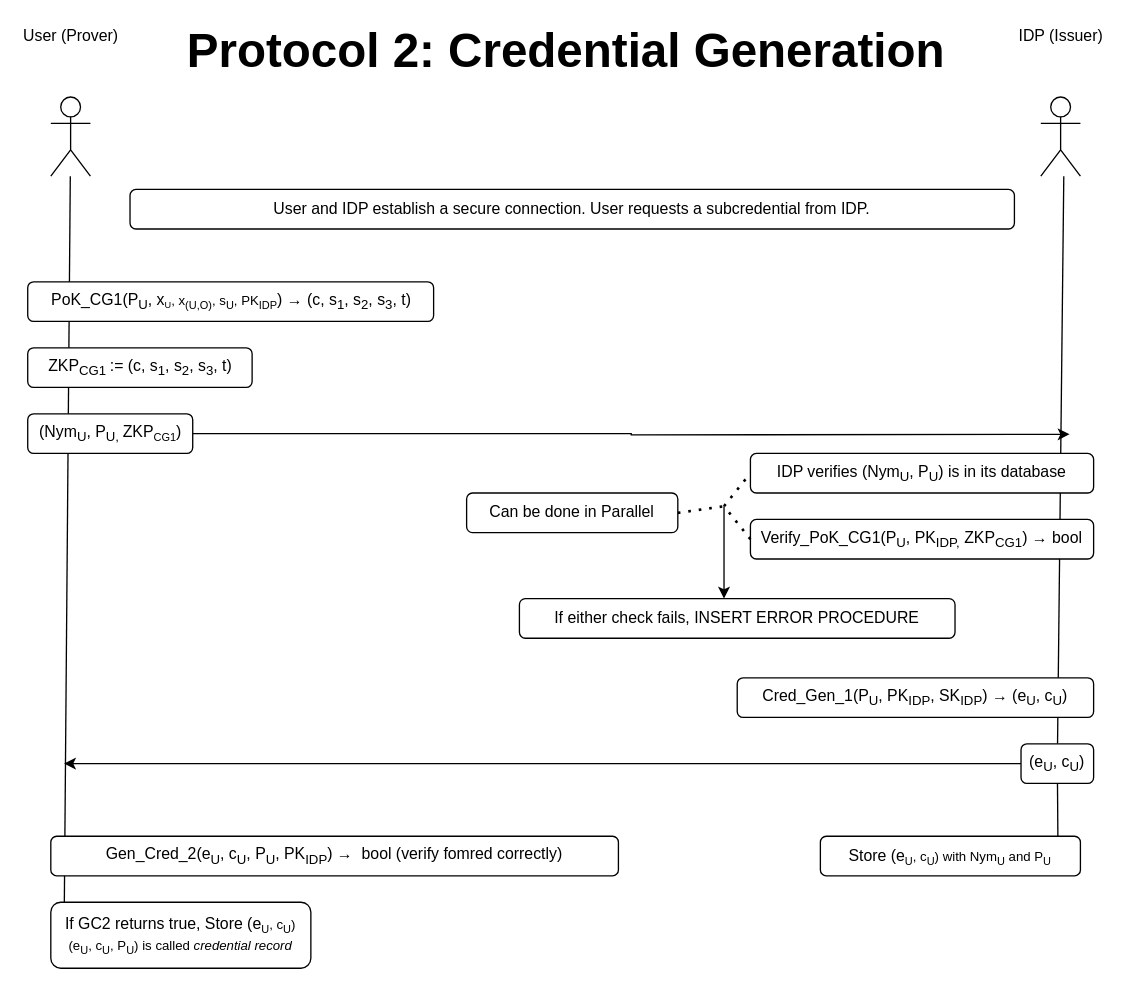
Above: page "Cred Gen" (3 of 6) of doc/Updated Protocols.drawio in JacobGorman613/cl-api (draw.io), before the change. Source tidied: cells renumbered, new cells numbered last; positions are measured from the earlier drawing's top-left corner, leaving out a move shared by most shapes. Both pictures are drawn from the tidied source at 132%, with x=0, y=0 at pixel (26, 30).
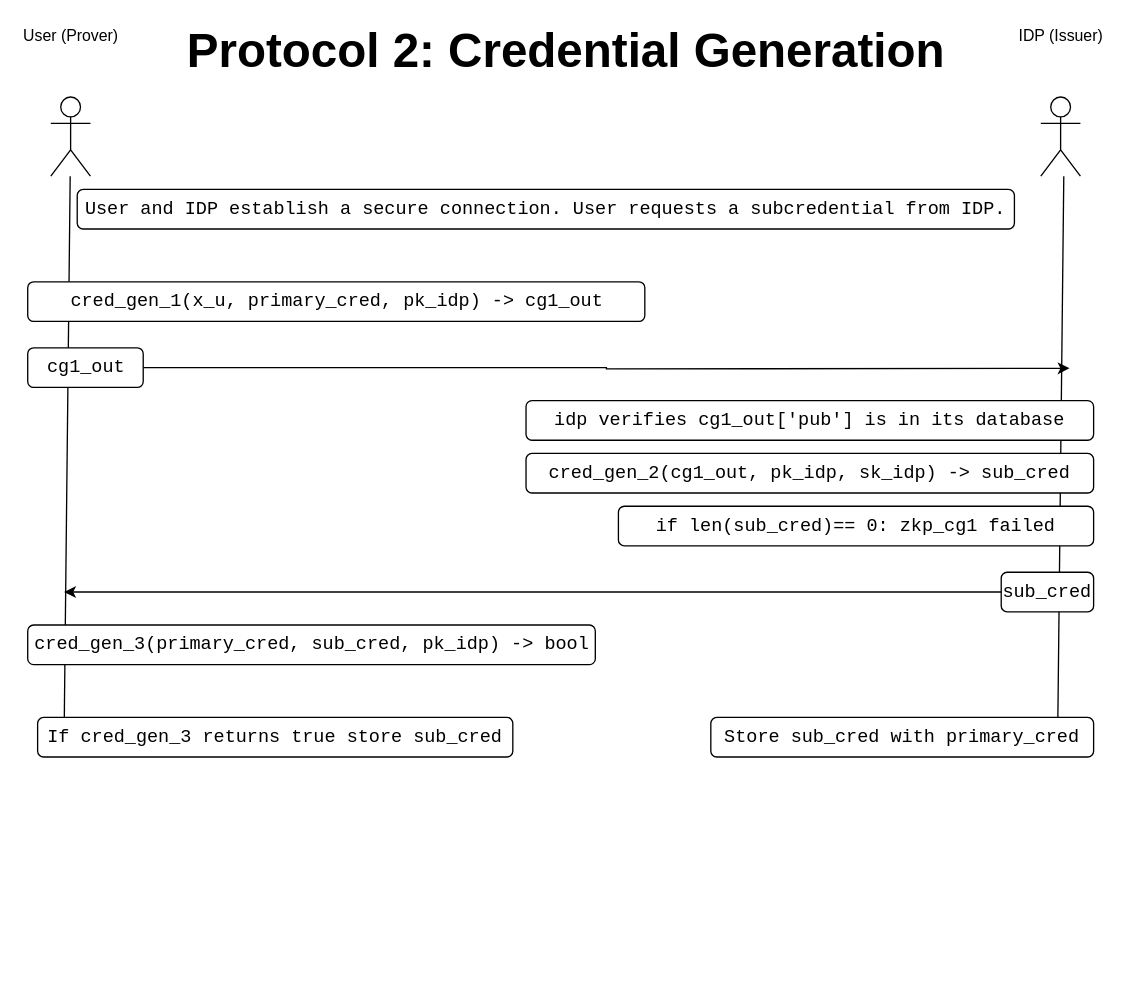
Above is the later version.

Unchanged cells that the change refers to:
```xml
<mxCell id="2" value="User (Prover)" style="shape=umlActor;verticalLabelPosition=top;verticalAlign=top;html=1;outlineConnect=0;" parent="1" vertex="1">
  <mxGeometry x="18" y="50" width="30" height="60" as="geometry" />
</mxCell>
```

Change to the diagram source:
```diff
@@
     <mxCell id="3" style="endArrow=none;html=1;rounded=0;" parent="1" edge="1" target="2">
       <mxGeometry relative="1" as="geometry">
-        <mxPoint x="28" y="690" as="sourcePoint" />
+        <mxPoint x="28" y="540" as="sourcePoint" />
       </mxGeometry>
     </mxCell>
@@
     <mxCell id="6" style="edgeStyle=orthogonalEdgeStyle;rounded=0;jettySize=auto;html=1;exitX=1;exitY=0.5;exitDx=0;exitDy=0;" parent="1" edge="1" source="7">
       <mxGeometry relative="1" as="geometry">
-        <mxPoint x="789.8" y="305.5" as="targetPoint" />
+        <mxPoint x="789.8" y="255.5" as="targetPoint" />
       </mxGeometry>
     </mxCell>
-    <mxCell id="7" value="(Nym&lt;sub&gt;U&lt;/sub&gt;, P&lt;sub&gt;U, &lt;/sub&gt;ZKP&lt;span style=&quot;font-size: 10px;&quot;&gt;&lt;sub&gt;CG1&lt;/sub&gt;&lt;/span&gt;)" style="rounded=1;whiteSpace=wrap;html=1;" parent="1" vertex="1">
-      <mxGeometry x="0.5" y="290" width="125" height="30" as="geometry" />
+    <mxCell id="7" value="&lt;font face=&quot;Courier New&quot; style=&quot;font-size: 14px;&quot;&gt;cg1_out&lt;/font&gt;" style="rounded=1;whiteSpace=wrap;html=1;" parent="1" vertex="1">
+      <mxGeometry x="0.5" y="240" width="87.5" height="30" as="geometry" />
     </mxCell>
-    <mxCell id="8" value="PoK_CG1(P&lt;sub&gt;U&lt;/sub&gt;, x&lt;span style=&quot;font-size: 8.33333px;&quot;&gt;&lt;sub&gt;U&lt;/sub&gt;&lt;/span&gt;&lt;span style=&quot;font-size: 10px;&quot;&gt;, x&lt;sub&gt;(U,O)&lt;/sub&gt;, s&lt;sub&gt;U&lt;/sub&gt;, PK&lt;sub&gt;IDP&lt;/sub&gt;&lt;/span&gt;)&amp;nbsp;→&amp;nbsp;(c, s&lt;sub&gt;1&lt;/sub&gt;, s&lt;sub&gt;2&lt;/sub&gt;, s&lt;sub&gt;3&lt;/sub&gt;, t)" style="rounded=1;whiteSpace=wrap;html=1;" parent="1" vertex="1">
-      <mxGeometry x="0.5" y="190" width="307.5" height="30" as="geometry" />
+    <mxCell id="8" value="&lt;font face=&quot;Courier New&quot; style=&quot;font-size: 14px;&quot;&gt;cred_gen_1(x_u, primary_cred, pk_idp) -&amp;gt; cg1_out&lt;/font&gt;" style="rounded=1;whiteSpace=wrap;html=1;" parent="1" vertex="1">
+      <mxGeometry x="0.5" y="190" width="467.5" height="30" as="geometry" />
     </mxCell>
-    <mxCell id="9" style="endArrow=none;html=1;rounded=0;startArrow=none;" parent="1" edge="1" source="22">
+    <mxCell id="9" style="endArrow=none;html=1;rounded=0;startArrow=none;" parent="1" edge="1">
       <mxGeometry relative="1" as="geometry">
+        <mxPoint x="780.7" y="540" as="sourcePoint" />
         <mxPoint x="785.4" y="110" as="targetPoint" />
       </mxGeometry>
     </mxCell>
-    <mxCell id="10" value="User and IDP establish a secure connection. User requests a subcredential from IDP." style="rounded=1;whiteSpace=wrap;html=1;" parent="1" vertex="1">
-      <mxGeometry x="78" y="120" width="670" height="30" as="geometry" />
+    <mxCell id="10" value="&lt;font style=&quot;font-size: 14px;&quot; face=&quot;Courier New&quot;&gt;User and IDP establish a secure connection. User requests a subcredential from IDP.&lt;/font&gt;" style="rounded=1;whiteSpace=wrap;html=1;" parent="1" vertex="1">
+      <mxGeometry x="38" y="120" width="710" height="30" as="geometry" />
     </mxCell>
-    <mxCell id="11" value="ZKP&lt;sub&gt;CG1&amp;nbsp;&lt;/sub&gt;:= (c, s&lt;sub&gt;1&lt;/sub&gt;, s&lt;sub&gt;2&lt;/sub&gt;, s&lt;sub&gt;3&lt;/sub&gt;, t)" style="rounded=1;whiteSpace=wrap;html=1;" parent="1" vertex="1">
-      <mxGeometry x="0.5" y="240" width="170" height="30" as="geometry" />
-    </mxCell>
-    <mxCell id="12" value="IDP verifies (Nym&lt;sub&gt;U&lt;/sub&gt;, P&lt;sub&gt;U&lt;/sub&gt;) is in its database" style="rounded=1;whiteSpace=wrap;html=1;" parent="1" vertex="1">
-      <mxGeometry x="548" y="320" width="260" height="30" as="geometry" />
+    <mxCell id="12" value="&lt;font style=&quot;font-size: 14px;&quot; face=&quot;Courier New&quot;&gt;idp verifies cg1_out['pub'] is in its database&lt;/font&gt;" style="rounded=1;whiteSpace=wrap;html=1;" parent="1" vertex="1">
+      <mxGeometry x="378" y="280" width="430" height="30" as="geometry" />
     </mxCell>
-    <mxCell id="13" value="Verify_PoK_CG1(P&lt;sub&gt;U&lt;/sub&gt;, PK&lt;sub&gt;IDP,&lt;/sub&gt;&amp;nbsp;ZKP&lt;sub&gt;CG1&lt;/sub&gt;) → bool" style="rounded=1;whiteSpace=wrap;html=1;" parent="1" vertex="1">
-      <mxGeometry x="548" y="370" width="260" height="30" as="geometry" />
-    </mxCell>
-    <mxCell id="14" style="endArrow=none;dashed=1;html=1;dashPattern=1 3;strokeWidth=2;rounded=0;exitX=0;exitY=0.5;exitDx=0;exitDy=0;" parent="1" edge="1" source="13">
-      <mxGeometry relative="1" as="geometry">
-        <mxPoint x="528" y="360" as="targetPoint" />
-      </mxGeometry>
-    </mxCell>
-    <mxCell id="15" style="endArrow=none;dashed=1;html=1;dashPattern=1 3;strokeWidth=2;rounded=0;entryX=0;entryY=0.5;entryDx=0;entryDy=0;" parent="1" edge="1" target="12">
-      <mxGeometry relative="1" as="geometry">
-        <mxPoint x="528" y="360" as="sourcePoint" />
-      </mxGeometry>
-    </mxCell>
-    <mxCell id="16" value="Can be done in Parallel" style="rounded=1;whiteSpace=wrap;html=1;" parent="1" vertex="1">
-      <mxGeometry x="333" y="350" width="160" height="30" as="geometry" />
-    </mxCell>
-    <mxCell id="17" style="endArrow=none;dashed=1;html=1;dashPattern=1 3;strokeWidth=2;rounded=0;exitX=1;exitY=0.5;exitDx=0;exitDy=0;" parent="1" edge="1" source="16">
-      <mxGeometry relative="1" as="geometry">
-        <mxPoint x="528" y="360" as="targetPoint" />
-      </mxGeometry>
-    </mxCell>
-    <mxCell id="18" style="endArrow=classic;html=1;rounded=0;" parent="1" edge="1">
-      <mxGeometry relative="1" as="geometry">
-        <mxPoint x="528" y="360" as="sourcePoint" />
-        <mxPoint x="528" y="430" as="targetPoint" />
-      </mxGeometry>
-    </mxCell>
-    <mxCell id="19" value="If either check fails, INSERT ERROR PROCEDURE" style="rounded=1;whiteSpace=wrap;html=1;" parent="1" vertex="1">
-      <mxGeometry x="373" y="430" width="330" height="30" as="geometry" />
-    </mxCell>
-    <mxCell id="20" value="Cred_Gen_1(P&lt;sub&gt;U&lt;/sub&gt;,&amp;nbsp;PK&lt;sub&gt;IDP&lt;/sub&gt;, SK&lt;sub&gt;IDP&lt;/sub&gt;) → (e&lt;sub&gt;U&lt;/sub&gt;, c&lt;sub&gt;U&lt;/sub&gt;)" style="rounded=1;whiteSpace=wrap;html=1;" parent="1" vertex="1">
-      <mxGeometry x="538" y="490" width="270" height="30" as="geometry" />
-    </mxCell>
-    <mxCell id="21" style="edgeStyle=orthogonalEdgeStyle;rounded=0;jettySize=auto;html=1;exitX=0;exitY=0.5;exitDx=0;exitDy=0;" parent="1" edge="1" source="22">
-      <mxGeometry relative="1" as="geometry">
-        <mxPoint x="28" y="555" as="targetPoint" />
-      </mxGeometry>
-    </mxCell>
-    <mxCell id="22" value="(e&lt;sub&gt;U&lt;/sub&gt;, c&lt;sub&gt;U&lt;/sub&gt;)" style="rounded=1;whiteSpace=wrap;html=1;" parent="1" vertex="1">
-      <mxGeometry x="753" y="540" width="55" height="30" as="geometry" />
-    </mxCell>
-    <mxCell id="23" style="endArrow=none;html=1;rounded=0;" parent="1" edge="1" target="22">
-      <mxGeometry relative="1" as="geometry">
-        <mxPoint x="781" y="620" as="sourcePoint" />
-      </mxGeometry>
-    </mxCell>
-    <mxCell id="24" value="If GC2 returns true, Store (e&lt;span style=&quot;font-size: 10px;&quot;&gt;&lt;sub&gt;U&lt;/sub&gt;, c&lt;sub&gt;U&lt;/sub&gt;)&lt;br&gt;(e&lt;sub&gt;U&lt;/sub&gt;, c&lt;sub&gt;U&lt;/sub&gt;, P&lt;sub&gt;U&lt;/sub&gt;) is called &lt;i&gt;credential record&lt;/i&gt;&lt;br&gt;&lt;/span&gt;" style="rounded=1;whiteSpace=wrap;html=1;" parent="1" vertex="1">
-      <mxGeometry x="18" y="660" width="197" height="50" as="geometry" />
+    <mxCell id="24" value="&lt;font face=&quot;Courier New&quot; style=&quot;font-size: 14px;&quot;&gt;If cred_gen_3 returns true store sub_cred&lt;/font&gt;" style="rounded=1;whiteSpace=wrap;html=1;" parent="1" vertex="1">
+      <mxGeometry x="8" y="520" width="360" height="30" as="geometry" />
     </mxCell>
-    <mxCell id="25" value="Store (e&lt;span style=&quot;font-size: 10px;&quot;&gt;&lt;sub&gt;U&lt;/sub&gt;, c&lt;sub&gt;U&lt;/sub&gt;) with Nym&lt;sub&gt;U&lt;/sub&gt;&amp;nbsp;and P&lt;sub&gt;U&lt;/sub&gt;&lt;br&gt;&lt;/span&gt;" style="rounded=1;whiteSpace=wrap;html=1;" parent="1" vertex="1">
-      <mxGeometry x="601" y="610" width="197" height="30" as="geometry" />
+    <mxCell id="25" value="&lt;font style=&quot;font-size: 14px;&quot; face=&quot;Courier New&quot;&gt;Store sub_cred with primary_cred&lt;/font&gt;" style="rounded=1;whiteSpace=wrap;html=1;" parent="1" vertex="1">
+      <mxGeometry x="518" y="520" width="290" height="30" as="geometry" />
     </mxCell>
-    <mxCell id="26" value="Gen_Cred_2(e&lt;sub&gt;U&lt;/sub&gt;, c&lt;sub&gt;U&lt;/sub&gt;, P&lt;sub&gt;U&lt;/sub&gt;, PK&lt;sub&gt;IDP&lt;/sub&gt;)&amp;nbsp;→&amp;nbsp; bool (verify fomred correctly)" style="rounded=1;whiteSpace=wrap;html=1;" parent="1" vertex="1">
-      <mxGeometry x="18" y="610" width="430" height="30" as="geometry" />
+    <mxCell id="26" value="&lt;font style=&quot;font-size: 14px;&quot; face=&quot;Courier New&quot;&gt;cred_gen_3(primary_cred, sub_cred, pk_idp) -&amp;gt; bool&lt;/font&gt;" style="rounded=1;whiteSpace=wrap;html=1;" parent="1" vertex="1">
+      <mxGeometry x="0.5" y="450" width="430" height="30" as="geometry" />
     </mxCell>
+    <mxCell id="27" value="&lt;font face=&quot;Courier New&quot;&gt;&lt;span style=&quot;font-size: 14px;&quot;&gt;cred_gen_2(cg1_out, pk_idp, sk_idp) -&amp;gt; sub_cred&lt;/span&gt;&lt;/font&gt;" style="rounded=1;whiteSpace=wrap;html=1;" parent="1" vertex="1">
+      <mxGeometry x="378" y="320" width="430" height="30" as="geometry" />
+    </mxCell>
+    <mxCell id="28" value="&lt;font style=&quot;font-size: 14px;&quot; face=&quot;Courier New&quot;&gt;if len(sub_cred)== 0: zkp_cg1 failed&lt;/font&gt;" style="rounded=1;whiteSpace=wrap;html=1;" parent="1" vertex="1">
+      <mxGeometry x="448" y="360" width="360" height="30" as="geometry" />
+    </mxCell>
+    <mxCell id="29" style="edgeStyle=orthogonalEdgeStyle;rounded=0;jettySize=auto;html=1;exitX=0;exitY=0.5;exitDx=0;exitDy=0;fontFamily=Courier New;fontSize=14;" parent="1" edge="1" source="30">
+      <mxGeometry relative="1" as="geometry">
+        <mxPoint x="28" y="425" as="targetPoint" />
+      </mxGeometry>
+    </mxCell>
+    <mxCell id="30" value="&lt;font face=&quot;Courier New&quot; style=&quot;font-size: 14px;&quot;&gt;sub_cred&lt;/font&gt;" style="rounded=1;whiteSpace=wrap;html=1;" parent="1" vertex="1">
+      <mxGeometry x="738" y="410" width="70" height="30" as="geometry" />
+    </mxCell>
```
